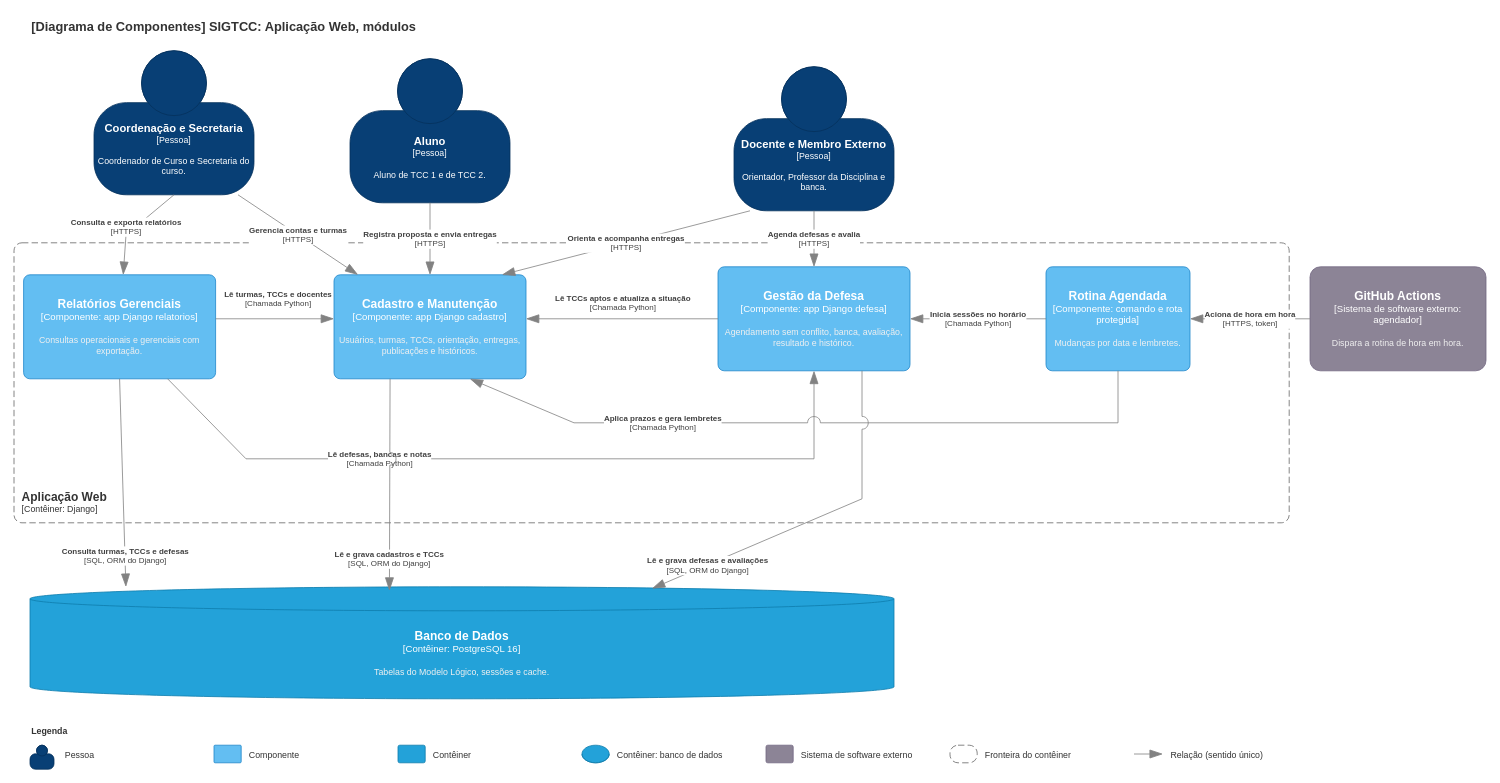
Earlier version of the draw.io diagram page "Componentes: módulos" (1 of 2) of docs/arquitetura/Componentes_SIGTCC.drawio (celiobenj/SIGTCC). Source tidied: cells renumbered, new cells numbered last; positions are measured from the earlier drawing's top-left corner, leaving out a move shared by most shapes. Both pictures are drawn from the tidied source at 80%, with x=0, y=0 at pixel (14, 14).
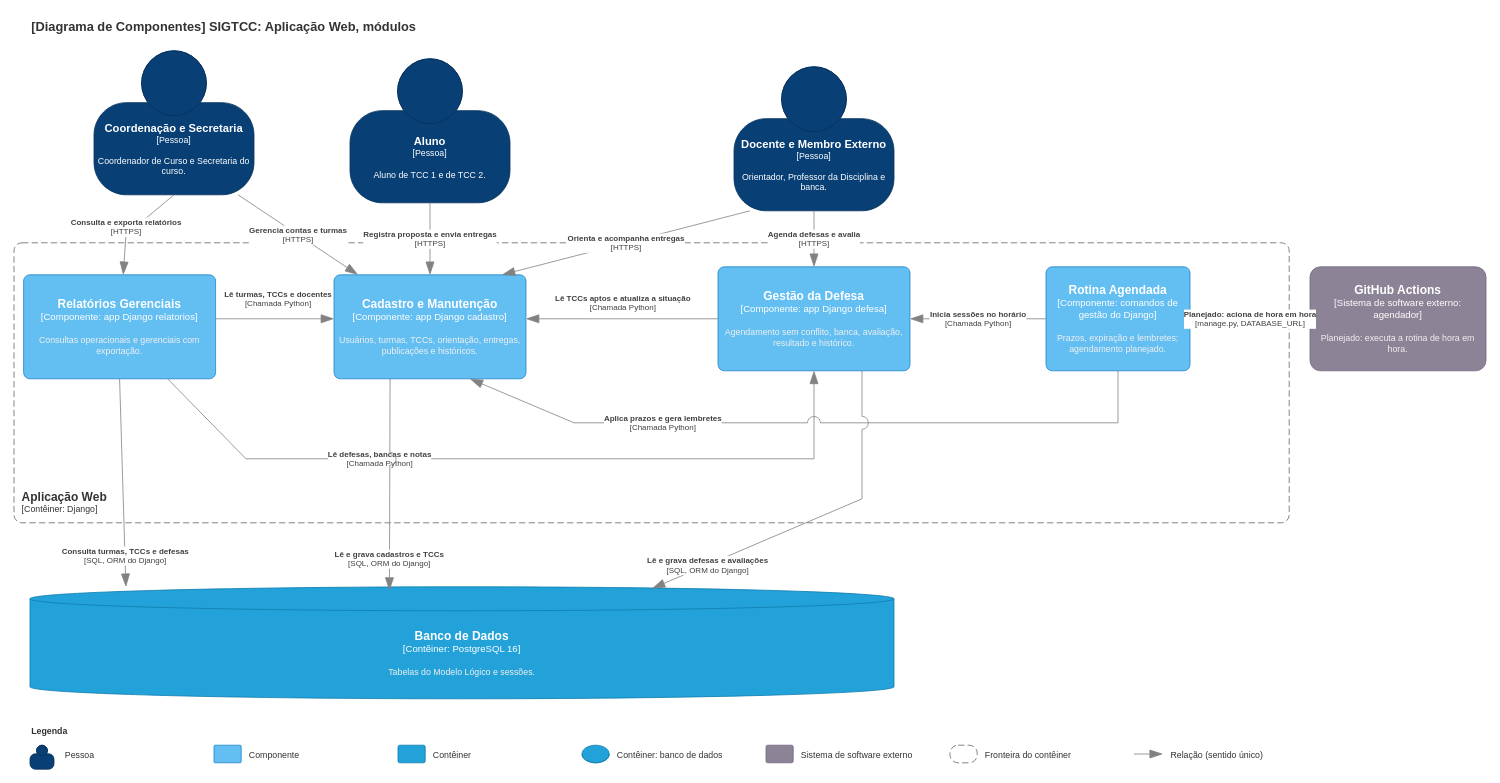
The same diagram, later.

The edit, as a diff of the source:
```diff
@@
-    <mxCell id="10" value="&lt;font style=&quot;font-size:15px&quot;&gt;&lt;b&gt;Rotina Agendada&lt;/b&gt;&lt;/font&gt;&lt;div&gt;[Componente: comando e rota protegida]&lt;/div&gt;&lt;br&gt;&lt;div&gt;&lt;font style=&quot;font-size:11px&quot; color=&quot;#F0F0F0&quot;&gt;Mudanças por data e lembretes.&lt;/font&gt;&lt;/div&gt;" style="rounded=1;whiteSpace=wrap;html=1;labelBackgroundColor=none;fillColor=#63BEF2;fontColor=#ffffff;align=center;arcSize=6;strokeColor=#2086C9;" parent="1" vertex="1">
+    <mxCell id="10" value="&lt;font style=&quot;font-size:15px&quot;&gt;&lt;b&gt;Rotina Agendada&lt;/b&gt;&lt;/font&gt;&lt;div&gt;[Componente: comandos de gestão do Django]&lt;/div&gt;&lt;br&gt;&lt;div&gt;&lt;font style=&quot;font-size:11px&quot; color=&quot;#F0F0F0&quot;&gt;Prazos, expiração e lembretes; agendamento planejado.&lt;/font&gt;&lt;/div&gt;" style="rounded=1;whiteSpace=wrap;html=1;labelBackgroundColor=none;fillColor=#63BEF2;fontColor=#ffffff;align=center;arcSize=6;strokeColor=#2086C9;" parent="1" vertex="1">
       <mxGeometry x="1290" y="316" width="180" height="130" as="geometry" />
     </mxCell>
-    <mxCell id="11" value="&lt;font style=&quot;font-size:15px&quot;&gt;&lt;b&gt;GitHub Actions&lt;/b&gt;&lt;/font&gt;&lt;div&gt;[Sistema de software externo: agendador]&lt;/div&gt;&lt;br&gt;&lt;div&gt;&lt;font style=&quot;font-size:11px&quot; color=&quot;#F0F0F0&quot;&gt;Dispara a rotina de hora em hora.&lt;/font&gt;&lt;/div&gt;" style="rounded=1;whiteSpace=wrap;html=1;labelBackgroundColor=none;fillColor=#8C8496;fontColor=#ffffff;align=center;arcSize=10;strokeColor=#736782;" parent="1" vertex="1">
+    <mxCell id="11" value="&lt;font style=&quot;font-size:15px&quot;&gt;&lt;b&gt;GitHub Actions&lt;/b&gt;&lt;/font&gt;&lt;div&gt;[Sistema de software externo: agendador]&lt;/div&gt;&lt;br&gt;&lt;div&gt;&lt;font style=&quot;font-size:11px&quot; color=&quot;#F0F0F0&quot;&gt;Planejado: executa a rotina de hora em hora.&lt;/font&gt;&lt;/div&gt;" style="rounded=1;whiteSpace=wrap;html=1;labelBackgroundColor=none;fillColor=#8C8496;fontColor=#ffffff;align=center;arcSize=10;strokeColor=#736782;" parent="1" vertex="1">
       <mxGeometry x="1620" y="316" width="220" height="130" as="geometry" />
     </mxCell>
-    <mxCell id="12" value="&lt;font style=&quot;font-size:15px&quot;&gt;&lt;b&gt;Banco de Dados&lt;/b&gt;&lt;/font&gt;&lt;div&gt;[Contêiner: PostgreSQL 16]&lt;/div&gt;&lt;br&gt;&lt;div&gt;&lt;font style=&quot;font-size:11px&quot; color=&quot;#F0F0F0&quot;&gt;Tabelas do Modelo Lógico, sessões e cache.&lt;/font&gt;&lt;/div&gt;" style="shape=cylinder3;size=15;whiteSpace=wrap;html=1;boundedLbl=1;rounded=0;labelBackgroundColor=none;fillColor=#23A2D9;fontSize=12;fontColor=#ffffff;align=center;strokeColor=#0E7DAD;" parent="1" vertex="1">
+    <mxCell id="12" value="&lt;font style=&quot;font-size:15px&quot;&gt;&lt;b&gt;Banco de Dados&lt;/b&gt;&lt;/font&gt;&lt;div&gt;[Contêiner: PostgreSQL 16]&lt;/div&gt;&lt;br&gt;&lt;div&gt;&lt;font style=&quot;font-size:11px&quot; color=&quot;#F0F0F0&quot;&gt;Tabelas do Modelo Lógico e sessões.&lt;/font&gt;&lt;/div&gt;" style="shape=cylinder3;size=15;whiteSpace=wrap;html=1;boundedLbl=1;rounded=0;labelBackgroundColor=none;fillColor=#23A2D9;fontSize=12;fontColor=#ffffff;align=center;strokeColor=#0E7DAD;" parent="1" vertex="1">
       <mxGeometry x="20" y="716" width="1080" height="140" as="geometry" />
     </mxCell>
@@
-    <mxCell id="21" value="&lt;div style=&quot;text-align:center&quot;&gt;&lt;b&gt;Aciona de hora em hora&lt;/b&gt;&lt;/div&gt;&lt;div style=&quot;text-align:center&quot;&gt;[HTTPS, token]&lt;/div&gt;" style="endArrow=blockThin;html=1;fontSize=10;fontColor=#404040;strokeWidth=1;endFill=1;strokeColor=#828282;endSize=14;startSize=14;jumpStyle=arc;jumpSize=16;rounded=0;labelBackgroundColor=#FFFFFF;exitX=0.000;exitY=0.500;exitDx=0;exitDy=0;entryX=1.000;entryY=0.500;entryDx=0;entryDy=0;" parent="1" edge="1" source="11" target="10">
+    <mxCell id="21" value="&lt;div style=&quot;text-align:center&quot;&gt;&lt;b&gt;Planejado: aciona de hora em hora&lt;/b&gt;&lt;/div&gt;&lt;div style=&quot;text-align:center&quot;&gt;[manage.py, DATABASE_URL]&lt;/div&gt;" style="endArrow=blockThin;html=1;fontSize=10;fontColor=#404040;strokeWidth=1;endFill=1;strokeColor=#828282;endSize=14;startSize=14;jumpStyle=arc;jumpSize=16;rounded=0;labelBackgroundColor=#FFFFFF;exitX=0.000;exitY=0.500;exitDx=0;exitDy=0;entryX=1.000;entryY=0.500;entryDx=0;entryDy=0;" parent="1" edge="1" source="11" target="10">
       <mxGeometry relative="1" as="geometry" />
     </mxCell>
```
